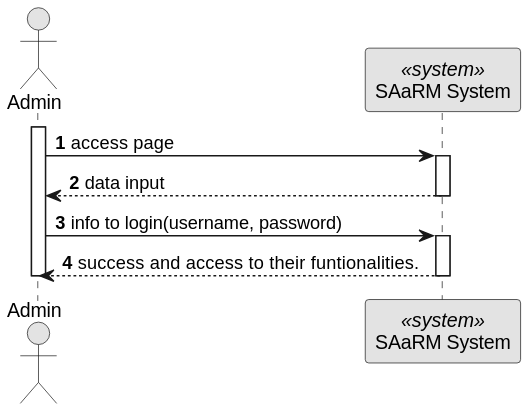
The PlantUML diagram docs/BackofficeModule/7.2.4/sequence-diagram-1.svg in Ana-Miguel-Silva/SurgicalAppointmentAndResourceManagement, before a commit. Its diagram source:
```plantuml
@startuml
skinparam monochrome true
skinparam packageStyle rectangle
skinparam shadowing false

autonumber

actor "Admin" as AD
participant "SAaRM System" as SYS <<system>>

activate AD
AD -> SYS: access page
activate SYS
SYS --> AD : data input
deactivate SYS
AD -> SYS : info to login(username, password)
activate SYS
SYS --> AD : success and access to their funtionalities.

deactivate SYS

deactivate AD
@enduml
```
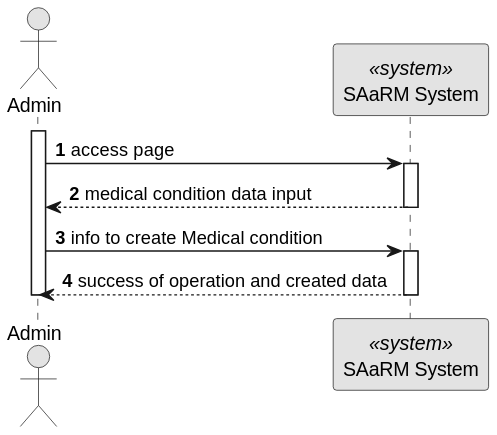
Later version of the same file.

The edit, as a diff of the source:
```diff
@@ -11,11 +11,11 @@
 activate AD
 AD -> SYS: access page
 activate SYS
-SYS --> AD : data input
+SYS --> AD : medical condition data input
 deactivate SYS
-AD -> SYS : info to login(username, password)
+AD -> SYS : info to create Medical condition
 activate SYS
-SYS --> AD : success and access to their funtionalities.
+SYS --> AD : success of operation and created data
 
 deactivate SYS
 
```
